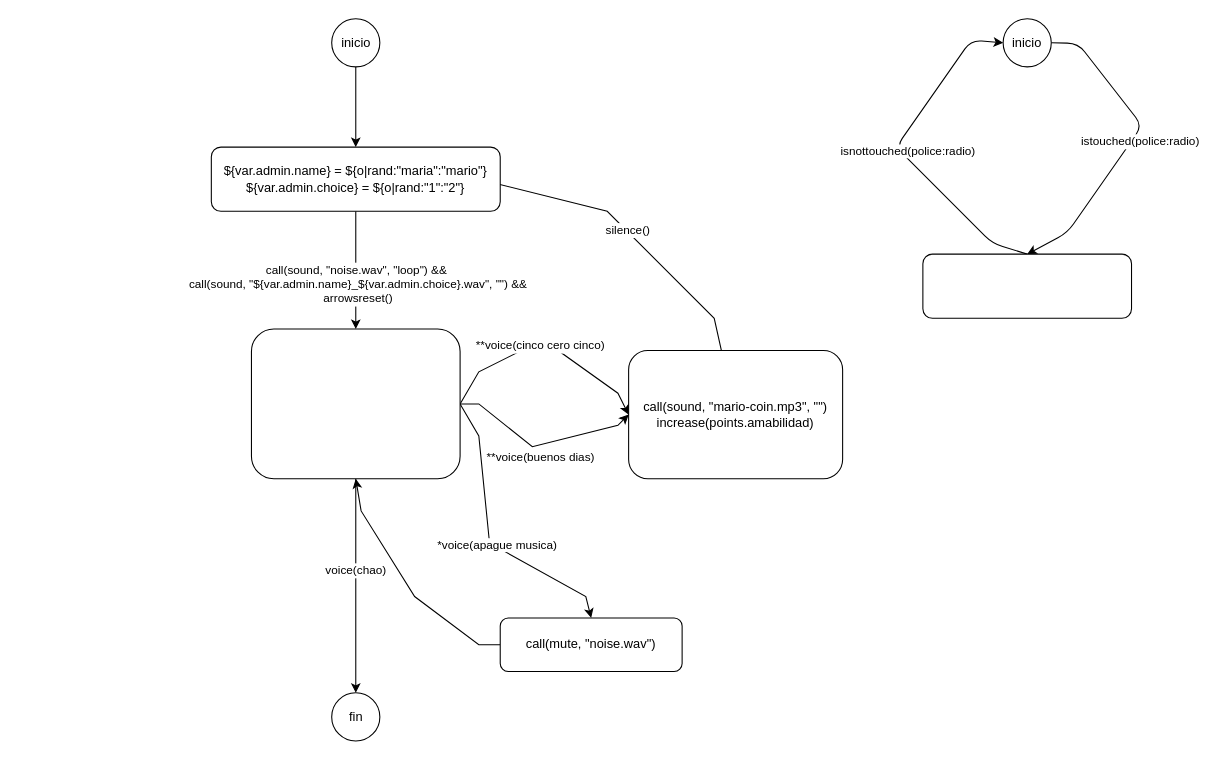
This is data/ue/scenes/caso1.drawio from ejfdelgado/ejflab, a draw.io file, before an edit. Source tidied: cells renumbered, new cells numbered last; positions are measured from the earlier drawing's top-left corner, leaving out a move shared by most shapes. Both pictures are drawn from the tidied source at 107%, with x=0, y=0 at pixel (211, 18).
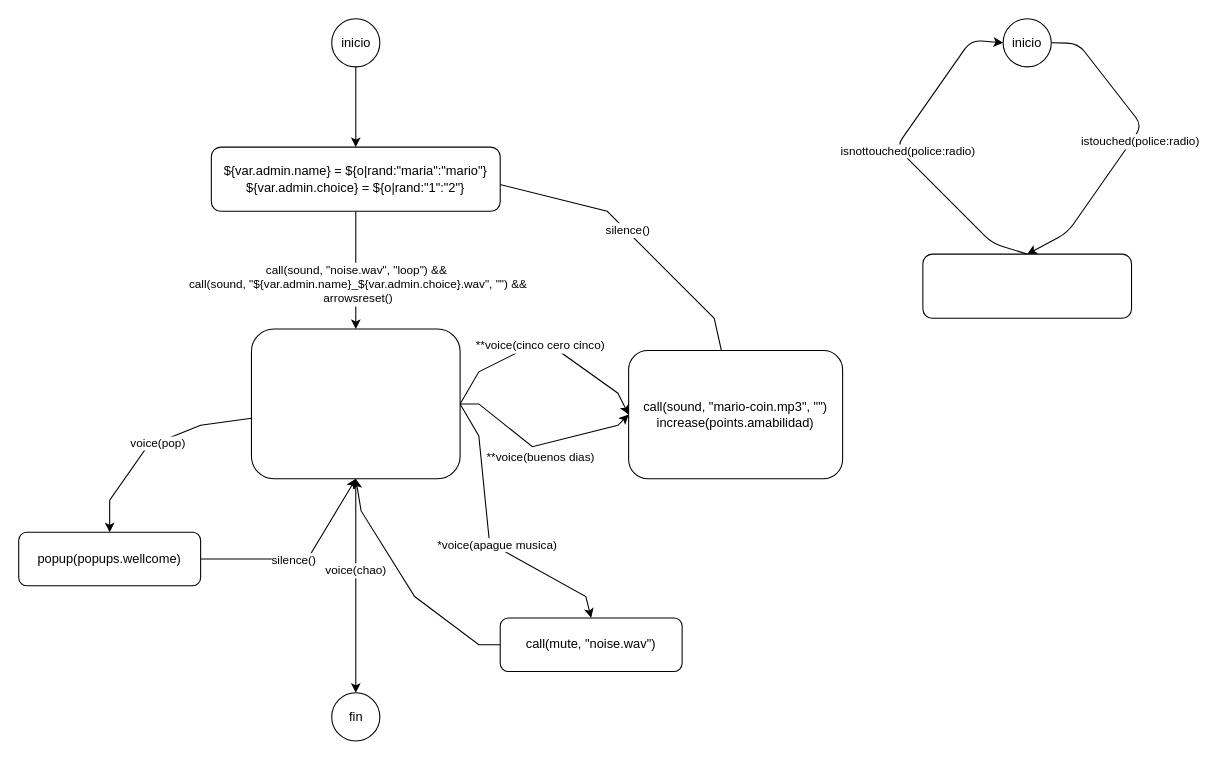
After the change.

Unchanged cells that the change refers to:
```xml
<mxCell id="15" style="rounded=1;whiteSpace=wrap;" parent="1" vertex="1">
  <mxGeometry x="37.5" y="290" width="195" height="140" as="geometry" />
</mxCell>
```

The edit, as a diff of the source:
```diff
@@
+    <mxCell id="29" style="edgeStyle=none;html=1;entryX=0.5;entryY=0;entryDx=0;entryDy=0;rounded=0;" parent="1" edge="1" source="15" target="33">
+      <mxGeometry relative="1" as="geometry">
+        <Array as="points">
+          <mxPoint x="-10" y="380" />
+          <mxPoint x="-60" y="400" />
+          <mxPoint x="-95" y="450" />
+        </Array>
+      </mxGeometry>
+    </mxCell>
+    <mxCell id="30" value="voice(pop)" style="edgeLabel;html=1;align=center;verticalAlign=middle;" parent="29" vertex="1">
+      <mxGeometry x="-0.05" relative="1" as="geometry" />
+    </mxCell>
@@
+    <mxCell id="31" style="edgeStyle=none;rounded=0;html=1;entryX=0.5;entryY=1;entryDx=0;entryDy=0;" parent="1" edge="1" source="33" target="15">
+      <mxGeometry relative="1" as="geometry">
+        <Array as="points">
+          <mxPoint x="90" y="505" />
+        </Array>
+      </mxGeometry>
+    </mxCell>
+    <mxCell id="32" value="silence()" style="edgeLabel;html=1;align=center;verticalAlign=middle;" parent="31" vertex="1">
+      <mxGeometry x="-0.08" relative="1" as="geometry" />
+    </mxCell>
+    <mxCell id="33" value="popup(popups.wellcome)" style="rounded=1;whiteSpace=wrap;" parent="1" vertex="1">
+      <mxGeometry x="-180" y="480" width="170" height="50" as="geometry" />
+    </mxCell>
```
